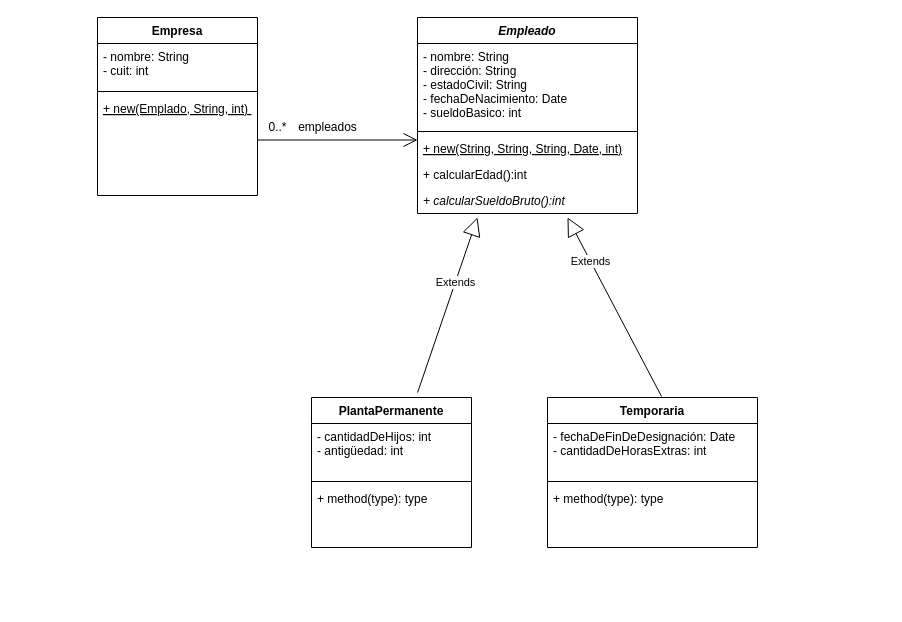
The draw.io diagram Ejercicio 1 - TP 02 - Obj2-UNQ.drawio in nhubczyk/Obj2-TP-02-UNQ, before the edit. Source tidied: cells renumbered, new cells numbered last; positions are measured from the earlier drawing's top-left corner, leaving out a move shared by most shapes. Both pictures are drawn from the tidied source at 100%, with x=0, y=0 at pixel (97, 17).
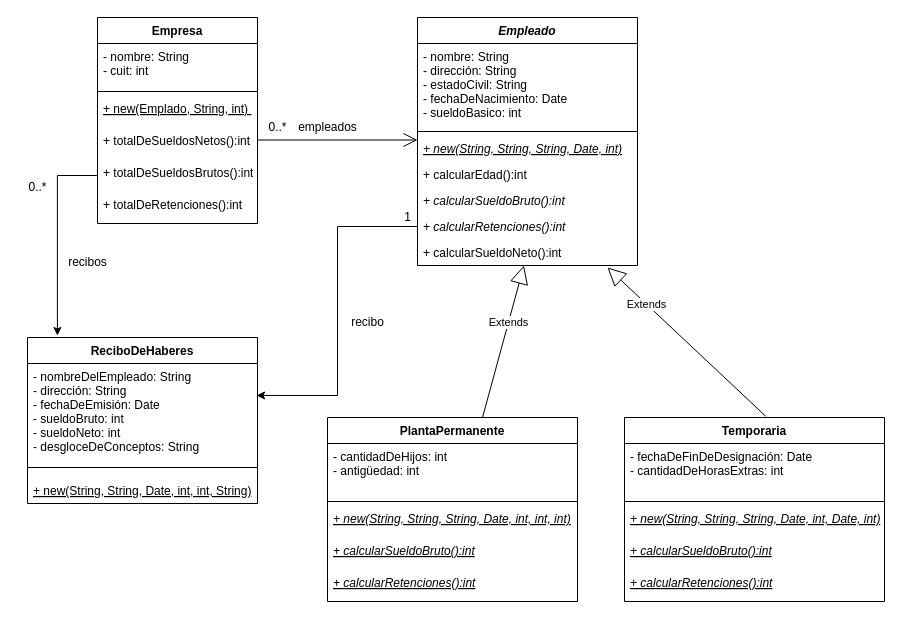
The same page after the edit.

Diff of the diagram source:
```diff
@@
     <mxCell id="2" value="Empresa" style="swimlane;fontStyle=1;align=center;verticalAlign=top;horizontal=1;startSize=26;" parent="1" vertex="1">
-      <mxGeometry width="160" height="178" as="geometry" />
+      <mxGeometry width="160" height="206" as="geometry" />
     </mxCell>
@@
     <mxCell id="5" value="+ new(Emplado, String, int) &#10;   &#10;" style="text;strokeColor=none;fillColor=none;align=left;verticalAlign=top;spacingLeft=4;spacingRight=4;overflow=hidden;fontStyle=4;" parent="2" vertex="1">
-      <mxGeometry y="78" width="160" height="100" as="geometry" />
+      <mxGeometry y="78" width="160" height="32" as="geometry" />
     </mxCell>
+    <mxCell id="25" value="+ totalDeSueldosNetos():int&#10;" style="text;strokeColor=none;fillColor=none;align=left;verticalAlign=top;spacingLeft=4;spacingRight=4;overflow=hidden;fontStyle=0;" parent="2" vertex="1">
+      <mxGeometry y="110" width="160" height="32" as="geometry" />
+    </mxCell>
+    <mxCell id="26" value="+ totalDeSueldosBrutos():int&#10;" style="text;strokeColor=none;fillColor=none;align=left;verticalAlign=top;spacingLeft=4;spacingRight=4;overflow=hidden;points=[[0,0.5],[1,0.5]];portConstraint=eastwest;fontStyle=0;" parent="2" vertex="1">
+      <mxGeometry y="142" width="160" height="32" as="geometry" />
+    </mxCell>
+    <mxCell id="27" value="+ totalDeRetenciones():int&#10;" style="text;strokeColor=none;fillColor=none;align=left;verticalAlign=top;spacingLeft=4;spacingRight=4;overflow=hidden;fontStyle=0;" parent="2" vertex="1">
+      <mxGeometry y="174" width="160" height="32" as="geometry" />
+    </mxCell>
@@
     <mxCell id="9" value="PlantaPermanente" style="swimlane;fontStyle=1;align=center;verticalAlign=top;horizontal=1;startSize=26;" parent="1" vertex="1">
-      <mxGeometry x="214" y="380" width="160" height="150" as="geometry" />
+      <mxGeometry x="230" y="400" width="250" height="184" as="geometry" />
     </mxCell>
     <mxCell id="10" value="- cantidadDeHijos: int&#10;- antigüedad: int&#10;" style="text;strokeColor=none;fillColor=none;align=left;verticalAlign=top;spacingLeft=4;spacingRight=4;overflow=hidden;" parent="9" vertex="1">
-      <mxGeometry y="26" width="160" height="54" as="geometry" />
+      <mxGeometry y="26" width="250" height="54" as="geometry" />
     </mxCell>
     <mxCell id="11" style="line;strokeWidth=1;fillColor=none;align=left;verticalAlign=middle;spacingTop=-1;spacingLeft=3;spacingRight=3;labelPosition=right;" parent="9" vertex="1">
-      <mxGeometry y="80" width="160" height="8" as="geometry" />
+      <mxGeometry y="80" width="250" height="8" as="geometry" />
     </mxCell>
-    <mxCell id="12" value="+ method(type): type" style="text;strokeColor=none;fillColor=none;align=left;verticalAlign=top;spacingLeft=4;spacingRight=4;overflow=hidden;" parent="9" vertex="1">
-      <mxGeometry y="88" width="160" height="62" as="geometry" />
+    <mxCell id="12" value="+ new(String, String, String, Date, int, int, int)&#10;" style="text;strokeColor=none;fillColor=none;align=left;verticalAlign=top;spacingLeft=4;spacingRight=4;overflow=hidden;fontStyle=6;" parent="9" vertex="1">
+      <mxGeometry y="88" width="250" height="32" as="geometry" />
     </mxCell>
+    <mxCell id="28" value="+ calcularSueldoBruto():int&#10;" style="text;strokeColor=none;fillColor=none;align=left;verticalAlign=top;spacingLeft=4;spacingRight=4;overflow=hidden;fontStyle=6;" parent="9" vertex="1">
+      <mxGeometry y="120" width="250" height="32" as="geometry" />
+    </mxCell>
+    <mxCell id="29" value="+ calcularRetenciones():int&#10;" style="text;strokeColor=none;fillColor=none;align=left;verticalAlign=top;spacingLeft=4;spacingRight=4;overflow=hidden;fontStyle=6;" parent="9" vertex="1">
+      <mxGeometry y="152" width="250" height="32" as="geometry" />
+    </mxCell>
     <mxCell id="13" value="Temporaria" style="swimlane;fontStyle=1;align=center;verticalAlign=top;horizontal=1;startSize=26;" parent="1" vertex="1">
-      <mxGeometry x="450" y="380" width="210" height="150" as="geometry" />
+      <mxGeometry x="527" y="400" width="260" height="184" as="geometry" />
     </mxCell>
     <mxCell id="14" value="- fechaDeFinDeDesignación: Date&#10;- cantidadDeHorasExtras: int&#10;&#10;" style="text;strokeColor=none;fillColor=none;align=left;verticalAlign=top;spacingLeft=4;spacingRight=4;overflow=hidden;" parent="13" vertex="1">
-      <mxGeometry y="26" width="210" height="54" as="geometry" />
+      <mxGeometry y="26" width="260" height="54" as="geometry" />
     </mxCell>
     <mxCell id="15" style="line;strokeWidth=1;fillColor=none;align=left;verticalAlign=middle;spacingTop=-1;spacingLeft=3;spacingRight=3;labelPosition=right;" parent="13" vertex="1">
-      <mxGeometry y="80" width="210" height="8" as="geometry" />
+      <mxGeometry y="80" width="260" height="8" as="geometry" />
     </mxCell>
-    <mxCell id="16" value="+ method(type): type" style="text;strokeColor=none;fillColor=none;align=left;verticalAlign=top;spacingLeft=4;spacingRight=4;overflow=hidden;" parent="13" vertex="1">
-      <mxGeometry y="88" width="210" height="62" as="geometry" />
+    <mxCell id="16" value="+ new(String, String, String, Date, int, Date, int)&#10;" style="text;strokeColor=none;fillColor=none;align=left;verticalAlign=top;spacingLeft=4;spacingRight=4;overflow=hidden;fontStyle=6;" parent="13" vertex="1">
+      <mxGeometry y="88" width="260" height="32" as="geometry" />
     </mxCell>
+    <mxCell id="30" value="+ calcularSueldoBruto():int" style="text;strokeColor=none;fillColor=none;align=left;verticalAlign=top;spacingLeft=4;spacingRight=4;overflow=hidden;fontStyle=6;" parent="13" vertex="1">
+      <mxGeometry y="120" width="260" height="32" as="geometry" />
+    </mxCell>
+    <mxCell id="31" value="+ calcularRetenciones():int" style="text;strokeColor=none;fillColor=none;align=left;verticalAlign=top;spacingLeft=4;spacingRight=4;overflow=hidden;fontStyle=6;" parent="13" vertex="1">
+      <mxGeometry y="152" width="260" height="32" as="geometry" />
+    </mxCell>
-    <mxCell id="17" value="Extends" style="endArrow=block;endSize=16;endFill=0;html=1;rounded=0;exitX=0.663;exitY=-0.033;exitDx=0;exitDy=0;exitPerimeter=0;" parent="1" edge="1" source="9">
-      <mxGeometry x="0.25" relative="1" as="geometry">
-        <mxPoint x="380" y="200" as="targetPoint" />
-      </mxGeometry>
+    <mxCell id="17" value="Extends" style="endArrow=block;endSize=16;endFill=0;html=1;rounded=0;exitX=0.62;exitY=0;exitDx=0;exitDy=0;exitPerimeter=0;" parent="1" edge="1" source="9" target="33">
+      <mxGeometry x="0.25" relative="1" as="geometry" />
     </mxCell>
     <mxCell id="18" value="Extends" style="endArrow=block;endSize=16;endFill=0;html=1;rounded=0;exitX=0.543;exitY=-0.007;exitDx=0;exitDy=0;exitPerimeter=0;" parent="1" edge="1" source="13">
       <mxGeometry x="0.5" relative="1" as="geometry">
-        <mxPoint x="470" y="200" as="targetPoint" />
+        <mxPoint x="510" y="250" as="targetPoint" />
       </mxGeometry>
     </mxCell>
     <mxCell id="19" value="Empleado" style="swimlane;fontStyle=3;align=center;verticalAlign=top;horizontal=1;startSize=26;" parent="1" vertex="1">
-      <mxGeometry x="320" width="220" height="196" as="geometry" />
+      <mxGeometry x="320" width="220" height="248" as="geometry" />
     </mxCell>
@@
-    <mxCell id="22" value="+ new(String, String, String, Date, int)&#10;" style="text;strokeColor=none;fillColor=none;align=left;verticalAlign=top;spacingLeft=4;spacingRight=4;overflow=hidden;fontStyle=4;" parent="19" vertex="1">
+    <mxCell id="22" value="+ new(String, String, String, Date, int)&#10;" style="text;strokeColor=none;fillColor=none;align=left;verticalAlign=top;spacingLeft=4;spacingRight=4;overflow=hidden;fontStyle=6;" parent="19" vertex="1">
       <mxGeometry y="118" width="220" height="26" as="geometry" />
     </mxCell>
@@
+    <mxCell id="32" value="+ calcularRetenciones():int" style="text;strokeColor=none;fillColor=none;align=left;verticalAlign=top;spacingLeft=4;spacingRight=4;overflow=hidden;points=[[0,0.5],[1,0.5]];portConstraint=eastwest;fontStyle=2;" parent="19" vertex="1">
+      <mxGeometry y="196" width="220" height="26" as="geometry" />
+    </mxCell>
+    <mxCell id="33" value="+ calcularSueldoNeto():int&#10;" style="text;strokeColor=none;fillColor=none;align=left;verticalAlign=top;spacingLeft=4;spacingRight=4;overflow=hidden;points=[[0,0.5],[1,0.5]];portConstraint=eastwest;fontStyle=0;" parent="19" vertex="1">
+      <mxGeometry y="222" width="220" height="26" as="geometry" />
+    </mxCell>
+    <mxCell id="34" value="ReciboDeHaberes" style="swimlane;fontStyle=1;align=center;verticalAlign=top;horizontal=1;startSize=26;" parent="1" vertex="1">
+      <mxGeometry x="-70" y="320" width="230" height="166" as="geometry" />
+    </mxCell>
+    <mxCell id="35" value="- nombreDelEmpleado: String&#10;- dirección: String&#10;- fechaDeEmisión: Date&#10;- sueldoBruto: int&#10;- sueldoNeto: int&#10;- desgloceDeConceptos: String&#10;&#10;" style="text;strokeColor=none;fillColor=none;align=left;verticalAlign=top;spacingLeft=4;spacingRight=4;overflow=hidden;points=[[0,0.5],[1,0.5]];portConstraint=eastwest;" parent="34" vertex="1">
+      <mxGeometry y="26" width="230" height="94" as="geometry" />
+    </mxCell>
+    <mxCell id="36" style="line;strokeWidth=1;fillColor=none;align=left;verticalAlign=middle;spacingTop=-1;spacingLeft=3;spacingRight=3;labelPosition=right;" parent="34" vertex="1">
+      <mxGeometry y="120" width="230" height="20" as="geometry" />
+    </mxCell>
+    <mxCell id="37" value="+ new(String, String, Date, int, int, String)&#10;" style="text;strokeColor=none;fillColor=none;align=left;verticalAlign=top;spacingLeft=4;spacingRight=4;overflow=hidden;fontStyle=4;" parent="34" vertex="1">
+      <mxGeometry y="140" width="230" height="26" as="geometry" />
+    </mxCell>
+    <mxCell id="38" style="edgeStyle=orthogonalEdgeStyle;rounded=0;jettySize=auto;html=1;entryX=0.13;entryY=-0.012;entryDx=0;entryDy=0;entryPerimeter=0;" parent="1" edge="1" source="26" target="34">
+      <mxGeometry relative="1" as="geometry" />
+    </mxCell>
+    <mxCell id="39" style="edgeStyle=orthogonalEdgeStyle;rounded=0;jettySize=auto;html=1;entryX=0.996;entryY=0.34;entryDx=0;entryDy=0;entryPerimeter=0;" parent="1" edge="1" source="32" target="35">
+      <mxGeometry relative="1" as="geometry" />
+    </mxCell>
+    <mxCell id="40" value="recibos&lt;br&gt;" style="text;html=1;align=center;verticalAlign=middle;strokeColor=none;fillColor=none;" parent="1" vertex="1">
+      <mxGeometry x="-40" y="230" width="60" height="30" as="geometry" />
+    </mxCell>
+    <mxCell id="41" value="0..*" style="text;html=1;align=center;verticalAlign=middle;strokeColor=none;fillColor=none;" parent="1" vertex="1">
+      <mxGeometry x="-80" y="155" width="40" height="30" as="geometry" />
+    </mxCell>
+    <mxCell id="42" value="recibo" style="text;html=1;align=center;verticalAlign=middle;strokeColor=none;fillColor=none;" parent="1" vertex="1">
+      <mxGeometry x="240" y="290" width="60" height="30" as="geometry" />
+    </mxCell>
+    <mxCell id="43" value="1" style="text;html=1;align=center;verticalAlign=middle;strokeColor=none;fillColor=none;" parent="1" vertex="1">
+      <mxGeometry x="295" y="185" width="30" height="30" as="geometry" />
+    </mxCell>
```
